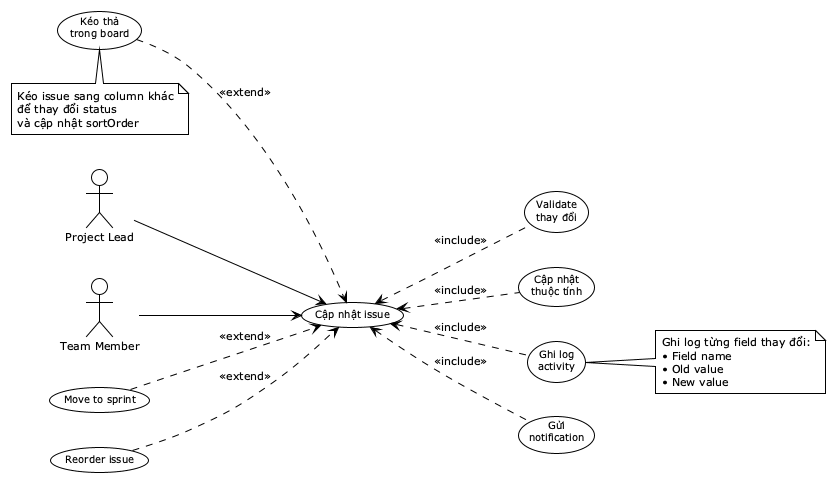
Earlier version of the PlantUML export reports/dat-examples/report/images/uc03_2_update_issue.png (toantran292/datn).
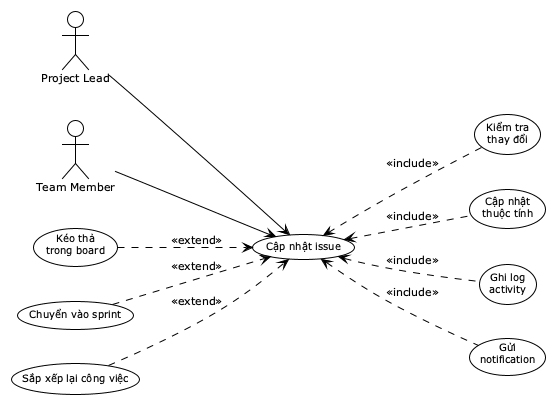
After the change.

The edit, as a diff of the source:
```diff
@@ -9,13 +9,13 @@
 actor "Team Member" as TM
 
 usecase "Cập nhật issue" as UC_Update
-usecase "Validate\nthay đổi" as UC_Validate
+usecase "Kiểm tra\nthay đổi" as UC_Validate
 usecase "Cập nhật\nthuộc tính" as UC_UpdateProps
 usecase "Ghi log\nactivity" as UC_LogActivity
 usecase "Gửi\nnotification" as UC_Notify
 usecase "Kéo thả\ntrong board" as UC_DragDrop
-usecase "Move to sprint" as UC_MoveToSprint
-usecase "Reorder issue" as UC_Reorder
+usecase "Chuyển vào sprint" as UC_MoveToSprint
+usecase "Sắp xếp lại công việc" as UC_Reorder
 
 PL --> UC_Update
 TM --> UC_Update
@@ -29,17 +29,6 @@
 UC_MoveToSprint ..> UC_Update : <<extend>>
 UC_Reorder ..> UC_Update : <<extend>>
 
-note right of UC_LogActivity
-  Ghi log từng field thay đổi:
-  • Field name
-  • Old value
-  • New value
-end note
 
-note bottom of UC_DragDrop
-  Kéo issue sang column khác
-  để thay đổi status
-  và cập nhật sortOrder
-end note
 
 @enduml
```
